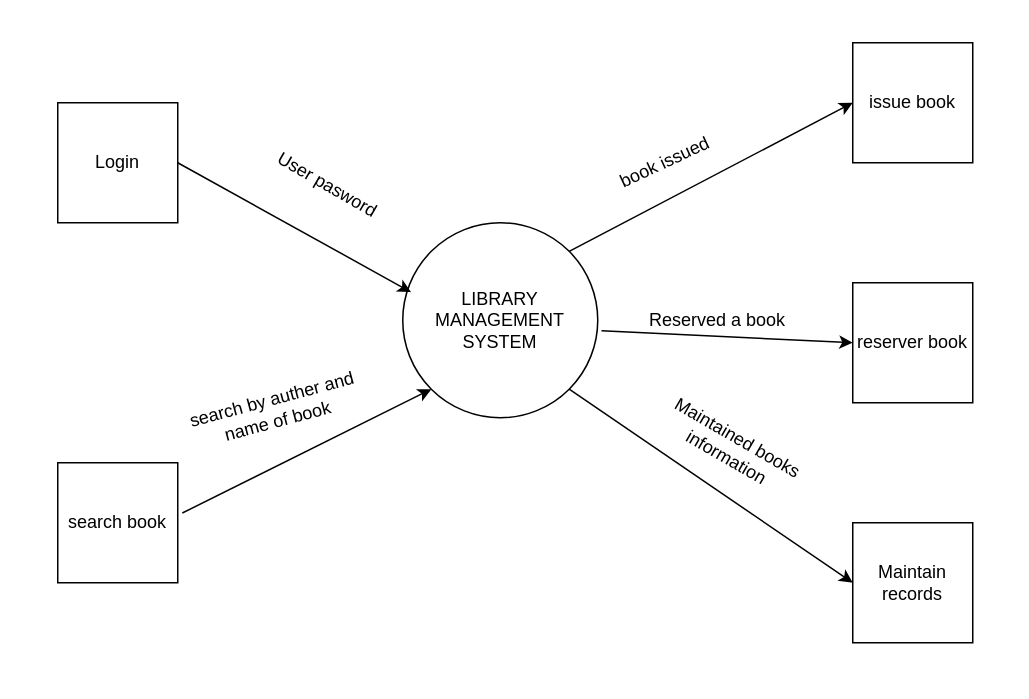
Level-headthinker/Dataflow-diagram keeps this draw.io diagram as Untitled Diagram.drawio. Above is the earlier version. Source tidied: cells renumbered, new cells numbered last; positions are measured from the earlier drawing's top-left corner, leaving out a move shared by most shapes. Both pictures are drawn from the tidied source at 150%, with x=0, y=0 at pixel (57, 42).
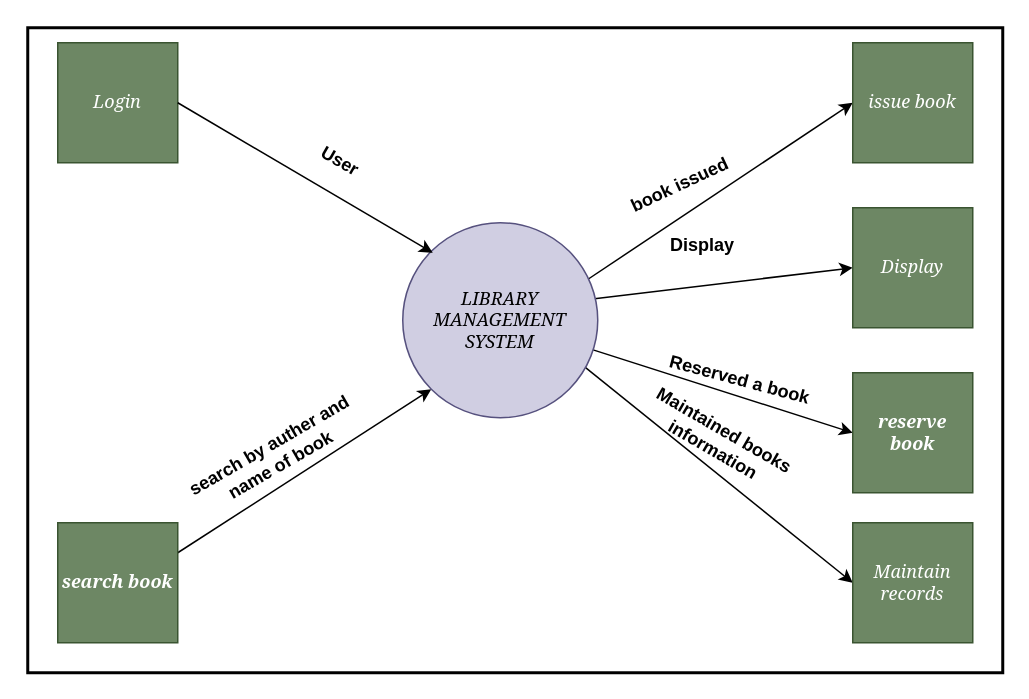
The same diagram, later.

Diff of the diagram source:
```diff
@@
+    <mxCell id="13" style="endArrow=classic;html=1;rounded=0;entryX=0;entryY=0.5;entryDx=0;entryDy=0;exitX=0.909;exitY=0.72;exitDx=0;exitDy=0;exitPerimeter=0;" parent="1" edge="1" source="2" target="9">
+      <mxGeometry relative="1" as="geometry" />
+    </mxCell>
+    <mxCell id="11" style="endArrow=classic;html=1;rounded=0;entryX=0;entryY=0.5;entryDx=0;entryDy=0;" parent="1" edge="1" target="3">
+      <mxGeometry relative="1" as="geometry">
+        <mxPoint x="350" y="160" as="sourcePoint" />
+      </mxGeometry>
+    </mxCell>
+    <mxCell id="10" style="endArrow=classic;html=1;rounded=0;entryX=0;entryY=1;entryDx=0;entryDy=0;exitX=1;exitY=0.25;exitDx=0;exitDy=0;" parent="1" edge="1" source="6" target="2">
+      <mxGeometry relative="1" as="geometry" />
+    </mxCell>
+    <mxCell id="18" style="endArrow=classic;html=1;rounded=0;entryX=0;entryY=0.5;entryDx=0;entryDy=0;exitX=0.962;exitY=0.392;exitDx=0;exitDy=0;exitPerimeter=0;" parent="1" edge="1" source="2" target="19">
+      <mxGeometry relative="1" as="geometry" />
+    </mxCell>
+    <mxCell id="12" style="endArrow=classic;html=1;rounded=0;entryX=0;entryY=0.5;entryDx=0;entryDy=0;" parent="1" edge="1" source="2" target="4">
+      <mxGeometry relative="1" as="geometry" />
+    </mxCell>
-    <mxCell id="2" value="LIBRARY MANAGEMENT SYSTEM" style="ellipse;whiteSpace=wrap;html=1;" parent="1" vertex="1">
+    <mxCell id="2" value="&lt;h4&gt;&lt;font face=&quot;Georgia&quot;&gt;&lt;i style=&quot;font-weight: normal;&quot;&gt;LIBRARY MANAGEMENT SYSTEM&lt;/i&gt;&lt;/font&gt;&lt;/h4&gt;" style="ellipse;whiteSpace=wrap;html=1;fillColor=#d0cee2;strokeColor=#56517e;" parent="1" vertex="1">
       <mxGeometry x="230" y="120" width="130" height="130" as="geometry" />
     </mxCell>
-    <mxCell id="3" value="issue book" style="whiteSpace=wrap;html=1;" parent="1" vertex="1">
+    <mxCell id="3" value="&lt;h4&gt;&lt;font face=&quot;Georgia&quot;&gt;&lt;i style=&quot;font-weight: normal;&quot;&gt;issue book&lt;/i&gt;&lt;/font&gt;&lt;/h4&gt;" style="whiteSpace=wrap;html=1;fillColor=#6d8764;fontColor=#ffffff;strokeColor=#3A5431;" parent="1" vertex="1">
       <mxGeometry x="530" width="80" height="80" as="geometry" />
     </mxCell>
-    <mxCell id="4" value="reserver book" style="whiteSpace=wrap;html=1;" parent="1" vertex="1">
-      <mxGeometry x="530" y="160" width="80" height="80" as="geometry" />
+    <mxCell id="4" value="&lt;h4&gt;&lt;i&gt;&lt;font face=&quot;Georgia&quot;&gt;reserve book&lt;/font&gt;&lt;/i&gt;&lt;/h4&gt;" style="whiteSpace=wrap;html=1;fillColor=#6d8764;fontColor=#ffffff;strokeColor=#3A5431;" parent="1" vertex="1">
+      <mxGeometry x="530" y="220" width="80" height="80" as="geometry" />
     </mxCell>
-    <mxCell id="5" value="Login" style="whiteSpace=wrap;html=1;" parent="1" vertex="1">
-      <mxGeometry y="40" width="80" height="80" as="geometry" />
+    <mxCell id="5" value="&lt;h4&gt;&lt;font face=&quot;Georgia&quot;&gt;&lt;i style=&quot;font-weight: normal;&quot;&gt;Login&lt;/i&gt;&lt;/font&gt;&lt;/h4&gt;" style="whiteSpace=wrap;html=1;fillColor=#6d8764;fontColor=#ffffff;strokeColor=#3A5431;" parent="1" vertex="1">
+      <mxGeometry width="80" height="80" as="geometry" />
     </mxCell>
-    <mxCell id="6" value="search book" style="whiteSpace=wrap;html=1;" parent="1" vertex="1">
-      <mxGeometry y="280" width="80" height="80" as="geometry" />
+    <mxCell id="6" value="&lt;h4&gt;&lt;i&gt;&lt;font face=&quot;Georgia&quot;&gt;search book&lt;/font&gt;&lt;/i&gt;&lt;/h4&gt;" style="whiteSpace=wrap;html=1;fillColor=#6d8764;fontColor=#ffffff;strokeColor=#3A5431;" parent="1" vertex="1">
+      <mxGeometry y="320" width="80" height="80" as="geometry" />
     </mxCell>
-    <mxCell id="7" style="endArrow=classic;html=1;rounded=0;exitX=1;exitY=0.5;exitDx=0;exitDy=0;entryX=0.043;entryY=0.356;entryDx=0;entryDy=0;entryPerimeter=0;" parent="1" edge="1" source="5" target="2">
-      <mxGeometry relative="1" as="geometry" />
+    <mxCell id="7" style="endArrow=classic;html=1;rounded=0;exitX=1;exitY=0.5;exitDx=0;exitDy=0;" parent="1" edge="1" source="5">
+      <mxGeometry relative="1" as="geometry">
+        <mxPoint x="250" y="140" as="targetPoint" />
+      </mxGeometry>
     </mxCell>
-    <mxCell id="8" value="User&amp;nbsp;pasword" style="text;html=1;strokeColor=none;fillColor=none;align=center;verticalAlign=middle;whiteSpace=wrap;rounded=0;rotation=30;" parent="1" vertex="1">
-      <mxGeometry x="120" y="80" width="120" height="30" as="geometry" />
+    <mxCell id="8" value="User&amp;nbsp;" style="text;html=1;strokeColor=none;fillColor=none;align=center;verticalAlign=middle;whiteSpace=wrap;rounded=0;rotation=30;fontStyle=1;" parent="1" vertex="1">
+      <mxGeometry x="130" y="65" width="120" height="30" as="geometry" />
     </mxCell>
-    <mxCell id="9" value="Maintain records" style="whiteSpace=wrap;html=1;" parent="1" vertex="1">
+    <mxCell id="9" value="&lt;h4&gt;&lt;font face=&quot;Georgia&quot;&gt;&lt;i style=&quot;font-weight: normal;&quot;&gt;Maintain records&lt;/i&gt;&lt;/font&gt;&lt;/h4&gt;" style="whiteSpace=wrap;html=1;fillColor=#6d8764;fontColor=#ffffff;strokeColor=#3A5431;" parent="1" vertex="1">
       <mxGeometry x="530" y="320" width="80" height="80" as="geometry" />
     </mxCell>
-    <mxCell id="10" style="endArrow=classic;html=1;rounded=0;exitX=1.038;exitY=0.419;exitDx=0;exitDy=0;exitPerimeter=0;entryX=0;entryY=1;entryDx=0;entryDy=0;" parent="1" edge="1" source="6" target="2">
-      <mxGeometry relative="1" as="geometry" />
-    </mxCell>
-    <mxCell id="11" style="endArrow=classic;html=1;rounded=0;entryX=0;entryY=0.5;entryDx=0;entryDy=0;exitX=1;exitY=0;exitDx=0;exitDy=0;" parent="1" edge="1" source="2" target="3">
-      <mxGeometry relative="1" as="geometry" />
-    </mxCell>
-    <mxCell id="12" style="endArrow=classic;html=1;rounded=0;entryX=0;entryY=0.5;entryDx=0;entryDy=0;exitX=1.019;exitY=0.554;exitDx=0;exitDy=0;exitPerimeter=0;" parent="1" edge="1" source="2" target="4">
-      <mxGeometry relative="1" as="geometry" />
-    </mxCell>
-    <mxCell id="13" style="endArrow=classic;html=1;rounded=0;entryX=0;entryY=0.5;entryDx=0;entryDy=0;exitX=1;exitY=1;exitDx=0;exitDy=0;" parent="1" edge="1" source="2" target="9">
-      <mxGeometry relative="1" as="geometry" />
-    </mxCell>
-    <mxCell id="14" value="search by auther and name of book" style="text;html=1;strokeColor=none;fillColor=none;align=center;verticalAlign=middle;whiteSpace=wrap;rounded=0;rotation=-15;" parent="1" vertex="1">
-      <mxGeometry x="80" y="230" width="130" height="30" as="geometry" />
+    <mxCell id="14" value="search by auther and name of book" style="text;html=1;strokeColor=none;fillColor=none;align=center;verticalAlign=middle;whiteSpace=wrap;rounded=0;rotation=-30;fontStyle=1;" parent="1" vertex="1">
+      <mxGeometry x="80" y="260" width="130" height="30" as="geometry" />
     </mxCell>
-    <mxCell id="15" value="book issued" style="text;html=1;strokeColor=none;fillColor=none;align=center;verticalAlign=middle;whiteSpace=wrap;rounded=0;rotation=-25;" parent="1" vertex="1">
-      <mxGeometry x="360" y="65" width="90" height="30" as="geometry" />
+    <mxCell id="15" value="book issued" style="text;html=1;strokeColor=none;fillColor=none;align=center;verticalAlign=middle;whiteSpace=wrap;rounded=0;rotation=-25;fontStyle=1;" parent="1" vertex="1">
+      <mxGeometry x="370" y="80" width="90" height="30" as="geometry" />
     </mxCell>
-    <mxCell id="16" value="Reserved a book" style="text;html=1;strokeColor=none;fillColor=none;align=center;verticalAlign=middle;whiteSpace=wrap;rounded=0;" parent="1" vertex="1">
-      <mxGeometry x="385" y="170" width="110" height="30" as="geometry" />
+    <mxCell id="16" value="Reserved a book" style="text;html=1;strokeColor=none;fillColor=none;align=center;verticalAlign=middle;whiteSpace=wrap;rounded=0;rotation=15;fontStyle=1;" parent="1" vertex="1">
+      <mxGeometry x="400" y="210" width="110" height="30" as="geometry" />
     </mxCell>
-    <mxCell id="17" value="Maintained books information" style="text;html=1;strokeColor=none;fillColor=none;align=center;verticalAlign=middle;whiteSpace=wrap;rounded=0;rotation=30;" parent="1" vertex="1">
-      <mxGeometry x="400" y="255" width="100" height="30" as="geometry" />
+    <mxCell id="17" value="Maintained books information" style="text;html=1;strokeColor=none;fillColor=none;align=center;verticalAlign=middle;whiteSpace=wrap;rounded=0;rotation=30;fontStyle=1;" parent="1" vertex="1">
+      <mxGeometry x="381.3" y="250" width="120" height="30" as="geometry" />
     </mxCell>
+    <mxCell id="19" value="&lt;h4&gt;&lt;font face=&quot;Georgia&quot;&gt;&lt;i style=&quot;font-weight: normal;&quot;&gt;Display&lt;/i&gt;&lt;/font&gt;&lt;/h4&gt;" style="whiteSpace=wrap;html=1;fillColor=#6d8764;fontColor=#ffffff;strokeColor=#3A5431;" parent="1" vertex="1">
+      <mxGeometry x="530" y="110" width="80" height="80" as="geometry" />
+    </mxCell>
+    <mxCell id="20" value="Display" style="text;html=1;strokeColor=none;fillColor=none;align=center;verticalAlign=middle;whiteSpace=wrap;rounded=0;fontStyle=1;" parent="1" vertex="1">
+      <mxGeometry x="400" y="120" width="60" height="30" as="geometry" />
+    </mxCell>
+    <mxCell id="21" style="rounded=0;whiteSpace=wrap;html=1;fillColor=none;strokeWidth=2;" parent="1" vertex="1">
+      <mxGeometry x="-20" y="-10" width="650" height="430" as="geometry" />
+    </mxCell>
```
